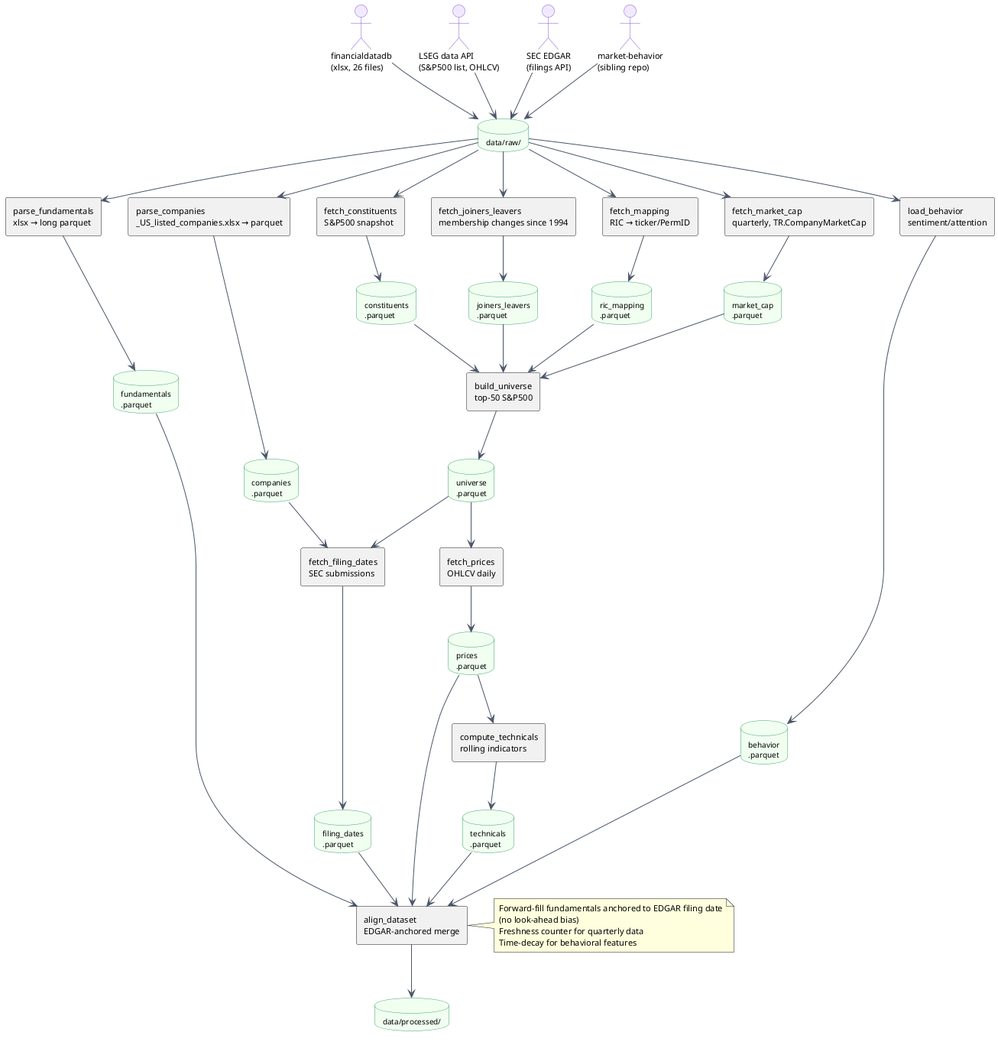
Earlier version of the PlantUML export docs/figures/data_flow.png (life00/factor-weaver).
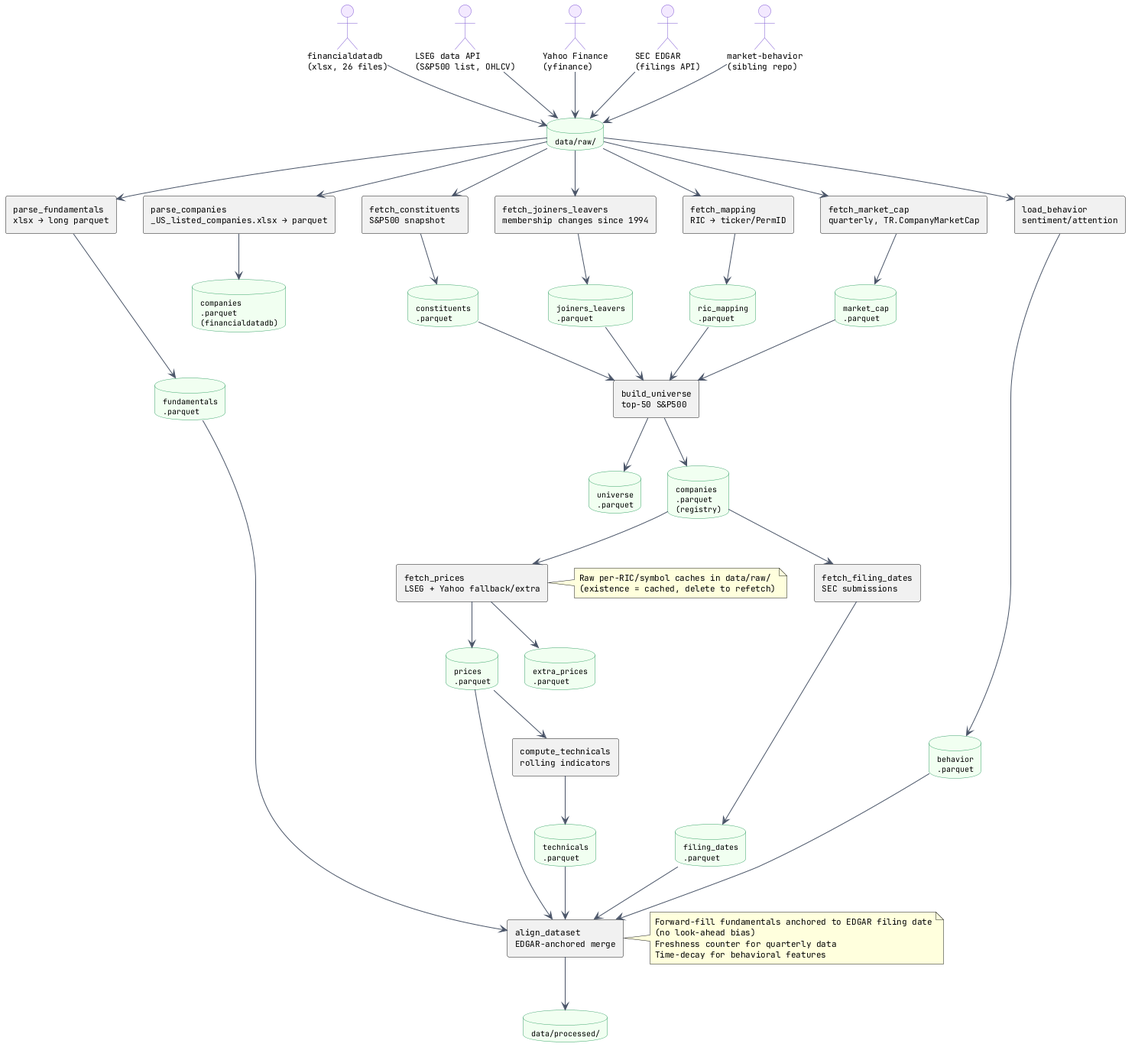
The same file after the commit.

Change to the diagram source:
```diff
@@ -23,6 +23,7 @@
 
 actor "financialdatadb\n(xlsx, 26 files)" as fdb
 actor "LSEG data API\n(S&P500 list, OHLCV)" as lseg
+actor "Yahoo Finance\n(yfinance)" as yahoo
 actor "SEC EDGAR\n(filings API)" as edgar
 actor "market-behavior\n(sibling repo)" as beh
 
@@ -36,26 +37,29 @@
 rectangle "fetch_market_cap\nquarterly, TR.CompanyMarketCap" as fetch_market_cap
 rectangle "build_universe\ntop-50 S&P500" as build_universe
 rectangle "fetch_filing_dates\nSEC submissions" as fetch_filing_dates
-rectangle "fetch_prices\nOHLCV daily" as fetch_prices
+rectangle "fetch_prices\nLSEG + Yahoo fallback/extra" as fetch_prices
 rectangle "compute_technicals\nrolling indicators" as compute_technicals
 rectangle "load_behavior\nsentiment/attention" as load_behavior
 rectangle "align_dataset\nEDGAR-anchored merge" as align_dataset
 
 database "fundamentals\n.parquet" as fund_pq
-database "companies\n.parquet" as comp_pq
+database "companies\n.parquet\n(financialdatadb)" as comp_pq
 database "constituents\n.parquet" as cons_pq
 database "joiners_leavers\n.parquet" as jl_pq
 database "ric_mapping\n.parquet" as map_pq
 database "market_cap\n.parquet" as cap_pq
 database "universe\n.parquet" as univ_pq
+database "companies\n.parquet\n(registry)" as reg_pq
 database "filing_dates\n.parquet" as fd_pq
 database "prices\n.parquet" as price_pq
+database "extra_prices\n.parquet" as extra_pq
 database "technicals\n.parquet" as tech_pq
 database "behavior\n.parquet" as beh_pq
 database "data/processed/" as processed
 
 fdb --> raw
 lseg --> raw
+yahoo --> raw
 edgar --> raw
 beh --> raw
 
@@ -82,13 +86,19 @@
 map_pq --> build_universe
 cap_pq --> build_universe
 build_universe --> univ_pq
+build_universe --> reg_pq
 
-comp_pq --> fetch_filing_dates
-univ_pq --> fetch_filing_dates
+reg_pq --> fetch_filing_dates
 fetch_filing_dates --> fd_pq
 
-univ_pq --> fetch_prices
+reg_pq --> fetch_prices
 fetch_prices --> price_pq
+fetch_prices --> extra_pq
+
+note right of fetch_prices
+  Raw per-RIC/symbol caches in data/raw/
+  (existence = cached, delete to refetch)
+end note
 
 price_pq --> compute_technicals
 compute_technicals --> tech_pq
```
